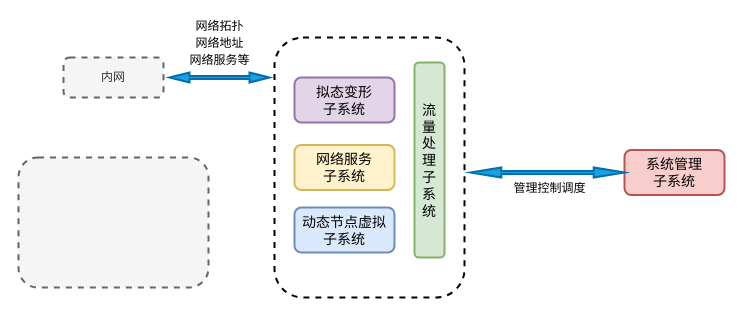
Above: 系统工作原理.drawio in qiuqiu1234/my-test-pro (draw.io), before the change. Source tidied: cells renumbered, new cells numbered last; positions are measured from the earlier drawing's top-left corner, leaving out a move shared by most shapes. Both pictures are drawn from the tidied source at 100%, with x=0, y=0 at pixel (18, 27).
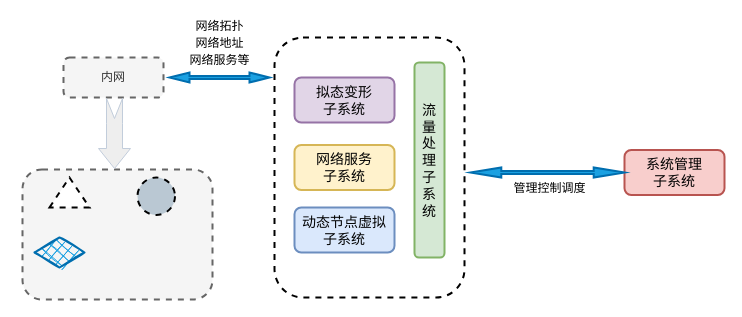
The same diagram, later.

Commit message (it also covers changes not shown here):
更新系统工作原理.drawio

What changed in the source:
```diff
@@
 <mxGraphModel background="#ffffff">
   <root>
     <mxCell id="0" />
     <mxCell id="1" parent="0" />
     <mxCell id="2" value="内网" style="rounded=1;whiteSpace=wrap;html=1;dashed=1;strokeWidth=2;fillColor=#f5f5f5;fontColor=#333333;strokeColor=#666666;" parent="1" vertex="1">
       <mxGeometry x="45" y="30" width="100" height="40" as="geometry" />
     </mxCell>
     <mxCell id="3" style="rounded=1;whiteSpace=wrap;html=1;dashed=1;strokeWidth=2;fillColor=#f5f5f5;fontColor=#333333;strokeColor=#666666;" parent="1" vertex="1">
-      <mxGeometry y="130" width="190" height="130" as="geometry" />
+      <mxGeometry x="4" y="142" width="190" height="130" as="geometry" />
     </mxCell>
     <mxCell id="4" style="rounded=1;whiteSpace=wrap;html=1;dashed=1;strokeWidth=2;" parent="1" vertex="1">
       <mxGeometry x="256" y="10" width="190" height="260" as="geometry" />
     </mxCell>
     <mxCell id="5" value="拟态变形&lt;br&gt;子系统" style="rounded=1;whiteSpace=wrap;html=1;strokeWidth=2;fontSize=14;fillColor=#e1d5e7;strokeColor=#9673a6;" parent="1" vertex="1">
       <mxGeometry x="276" y="50" width="100" height="45" as="geometry" />
     </mxCell>
     <mxCell id="6" value="流&lt;br&gt;量&lt;br&gt;处&lt;br&gt;理&lt;br&gt;子&lt;br&gt;系&lt;br&gt;统" style="rounded=1;whiteSpace=wrap;html=1;strokeWidth=2;fontSize=14;fillColor=#d5e8d4;strokeColor=#82b366;" parent="1" vertex="1">
       <mxGeometry x="396" y="35" width="30" height="195" as="geometry" />
     </mxCell>
     <mxCell id="7" value="网络服务&lt;br&gt;子系统" style="rounded=1;whiteSpace=wrap;html=1;strokeWidth=2;fontSize=14;fillColor=#fff2cc;strokeColor=#d6b656;" parent="1" vertex="1">
       <mxGeometry x="276" y="117.5" width="100" height="45" as="geometry" />
     </mxCell>
     <mxCell id="8" value="动态节点虚拟&lt;br&gt;子系统" style="rounded=1;whiteSpace=wrap;html=1;strokeWidth=2;fontSize=14;fillColor=#dae8fc;strokeColor=#6c8ebf;" parent="1" vertex="1">
       <mxGeometry x="276" y="180" width="100" height="45" as="geometry" />
     </mxCell>
     <mxCell id="9" value="系统管理&lt;br&gt;子系统" style="rounded=1;whiteSpace=wrap;html=1;strokeWidth=2;fontSize=14;fillColor=#f8cecc;strokeColor=#b85450;" parent="1" vertex="1">
       <mxGeometry x="606" y="122.5" width="100" height="45" as="geometry" />
     </mxCell>
     <mxCell id="10" style="shape=doubleArrow;whiteSpace=wrap;html=1;strokeColor=#006EAF;strokeWidth=2;fontSize=14;fillColor=#1ba1e2;fontColor=#ffffff;" parent="1" vertex="1">
       <mxGeometry x="452" y="140" width="154" height="10" as="geometry" />
     </mxCell>
     <mxCell id="11" value="&lt;font style=&quot;font-size: 12px;&quot;&gt;管理控制调度&lt;/font&gt;" style="text;html=1;strokeColor=none;fillColor=none;align=center;verticalAlign=middle;whiteSpace=wrap;rounded=0;fontSize=14;" parent="1" vertex="1">
       <mxGeometry x="486.5" y="145" width="89" height="30" as="geometry" />
     </mxCell>
     <mxCell id="12" value="&lt;font style=&quot;font-size: 12px;&quot;&gt;网络拓扑&lt;br&gt;网络地址&lt;br&gt;网络服务等&lt;/font&gt;" style="text;html=1;strokeColor=none;fillColor=none;align=center;verticalAlign=middle;whiteSpace=wrap;rounded=0;fontSize=14;" parent="1" vertex="1">
       <mxGeometry x="156.5" width="89" height="30" as="geometry" />
     </mxCell>
     <mxCell id="13" style="shape=doubleArrow;whiteSpace=wrap;html=1;strokeColor=#006EAF;strokeWidth=2;fontSize=14;fillColor=#1ba1e2;fontColor=#ffffff;" parent="1" vertex="1">
       <mxGeometry x="151" y="45" width="100" height="10" as="geometry" />
     </mxCell>
+    <mxCell id="14" style="rhombus;whiteSpace=wrap;html=1;strokeWidth=2;fillWeight=-1;hachureGap=8;fillStyle=cross-hatch;fillColor=#1ba1e2;sketch=1;strokeColor=#006EAF;fontSize=12;fontColor=#ffffff;" parent="1" vertex="1">
+      <mxGeometry x="16" y="210" width="50" height="30" as="geometry" />
+    </mxCell>
+    <mxCell id="15" style="ellipse;whiteSpace=wrap;html=1;strokeColor=default;strokeWidth=2;fontSize=12;fillColor=#bac8d3;dashed=1;" parent="1" vertex="1">
+      <mxGeometry x="119" y="150" width="37.5" height="37.5" as="geometry" />
+    </mxCell>
+    <mxCell id="16" style="triangle;whiteSpace=wrap;html=1;dashed=1;strokeColor=default;strokeWidth=2;fontSize=12;rotation=-90;" parent="1" vertex="1">
+      <mxGeometry x="36" y="145" width="30" height="40" as="geometry" />
+    </mxCell>
+    <mxCell id="17" style="html=1;shadow=0;dashed=0;align=center;verticalAlign=middle;shape=mxgraph.arrows2.tailedNotchedArrow;dy1=10;dx1=20;notch=20;arrowHead=20;dx2=25;dy2=30;strokeColor=#C2CDDB;strokeWidth=1;fontSize=12;rotation=90;fillColor=#eeeeee;" parent="1" vertex="1">
+      <mxGeometry x="61" y="102" width="70" height="8" as="geometry" />
+    </mxCell>
   </root>
 </mxGraphModel>
```
